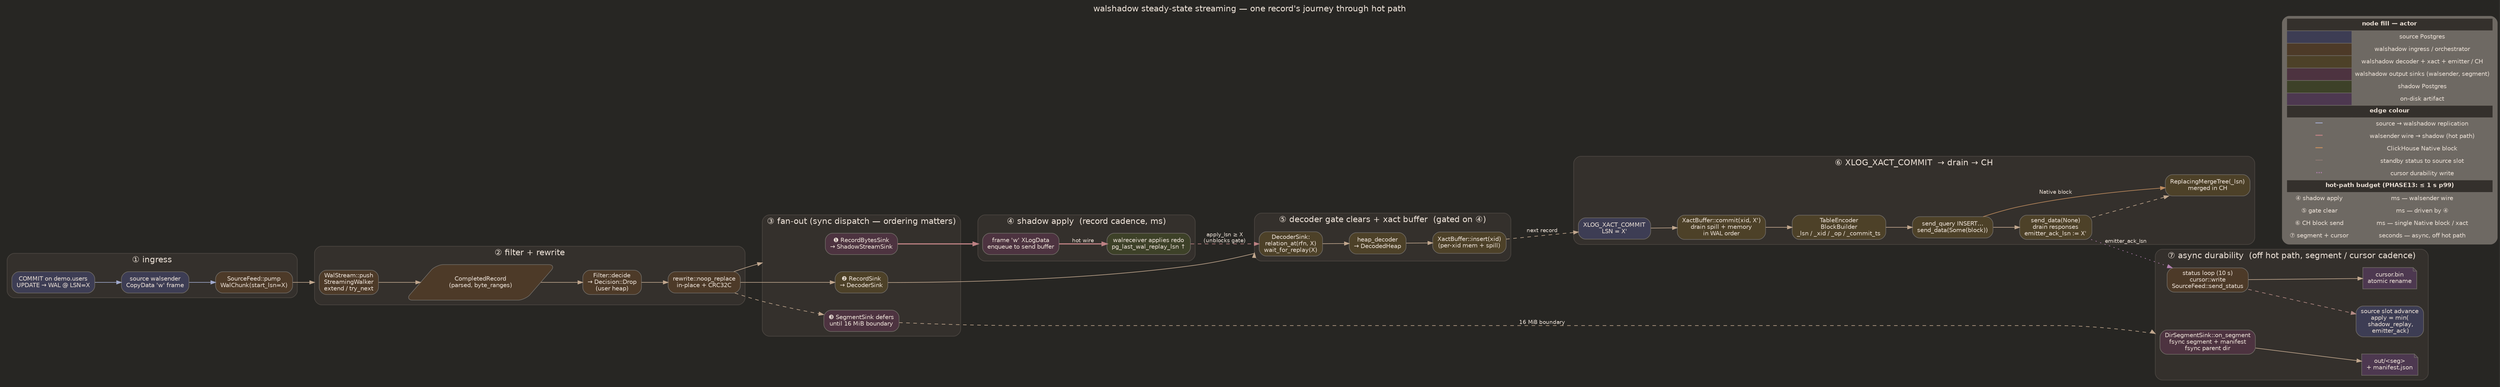
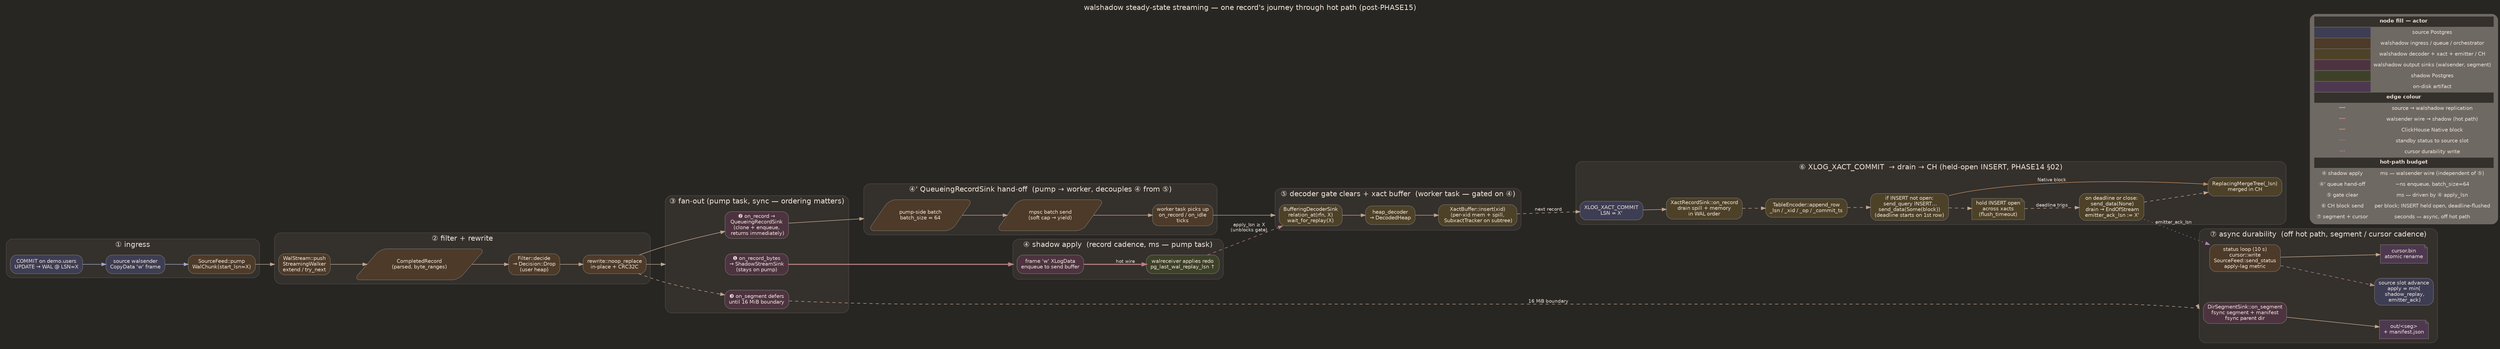
// walshadow — steady-state streaming: one record's journey
// rankdir=LR — pipeline reads left → right with parallel branches
digraph timeline_streaming {
  rankdir=LR;
  compound=true;
-   graph [fontname="Helvetica", labelloc="t", label="walshadow steady-state streaming — one record's journey through hot path", fontsize=14, splines=spline, nodesep=0.4, ranksep=0.6, bgcolor="#272623", fontcolor="#ECE1D7"];
+   graph [fontname="Helvetica", labelloc="t", label="walshadow steady-state streaming — one record's journey through hot path (post-PHASE15)", fontsize=14, splines=spline, nodesep=0.4, ranksep=0.6, bgcolor="#272623", fontcolor="#ECE1D7"];
  node  [fontname="Helvetica", fontsize=10, shape=box, style="rounded,filled", color="#6E6963", fontcolor="#ECE1D7"];
  edge  [fontname="Helvetica", fontsize=9, arrowsize=0.8, color="#c1a78e", fontcolor="#ECE1D7"];

  // ═════ ① ingress ═════
  subgraph cluster_p1 {
    label="① ingress";
    style="rounded,filled"; color="#4c4641"; fillcolor="#34302c"; fontcolor="#ECE1D7";

    commit [label="COMMIT on demo.users\nUPDATE → WAL @ LSN=X", fillcolor="#3D3D54"];
    wsend  [label="source walsender\nCopyData 'w' frame", fillcolor="#3D3D54"];
    feed   [label="SourceFeed::pump\nWalChunk(start_lsn=X)", fillcolor="#4D3A28"];
    commit -> wsend -> feed [color="#A1A9CC"];
  }

  // ═════ ② filter + rewrite ═════
  subgraph cluster_p2 {
    label="② filter + rewrite";
    style="rounded,filled"; color="#4c4641"; fillcolor="#34302c"; fontcolor="#ECE1D7";

    push   [label="WalStream::push\nStreamingWalker\nextend / try_next", fillcolor="#4D3A28"];
    rec    [label="CompletedRecord\n(parsed, byte_ranges)", fillcolor="#4D3A28", shape=parallelogram];
    decide [label="Filter::decide\n→ Decision::Drop\n(user heap)", fillcolor="#4D3A28"];
    rewr   [label="rewrite::noop_replace\nin-place + CRC32C", fillcolor="#4D3A28"];
    push -> rec -> decide -> rewr;
  }
  feed -> push [lhead=cluster_p2];

-   // ═════ ③ fan-out (record-cadence dispatch in order) ═════
+   // ═════ ③ fan-out (pump task — synchronous dispatch in order) ═════
  subgraph cluster_p3 {
-     label="③ fan-out (sync dispatch — ordering matters)";
+     label="③ fan-out (pump task, sync — ordering matters)";
    style="rounded,filled"; color="#4c4641"; fillcolor="#34302c"; fontcolor="#ECE1D7";

-     fbytes [label="❶ RecordBytesSink\n→ ShadowStreamSink", fillcolor="#4D3340"];
-     frec   [label="❷ RecordSink\n→ DecoderSink", fillcolor="#4D4128"];
-     fseg   [label="❸ SegmentSink defers\nuntil 16 MiB boundary", fillcolor="#4D3340"];
+     fbytes [label="❶ on_record_bytes\n→ ShadowStreamSink\n(stays on pump)", fillcolor="#4D3340"];
+     frec   [label="❷ on_record →\nQueueingRecordSink\n(clone + enqueue,\n returns immediately)", fillcolor="#4D3340"];
+     fseg   [label="❸ on_segment defers\nuntil 16 MiB boundary", fillcolor="#4D3340"];
  }
  rewr -> fbytes [lhead=cluster_p3];
  rewr -> frec;
  rewr -> fseg [style=dashed];

-   // ═════ ④ shadow apply (hot wire) ═════
+   // ═════ ④ shadow apply (hot wire — independent of decoder) ═════
  subgraph cluster_p4 {
-     label="④ shadow apply  (record cadence, ms)";
+     label="④ shadow apply  (record cadence, ms — pump task)";
    style="rounded,filled"; color="#4c4641"; fillcolor="#34302c"; fontcolor="#ECE1D7";

    frame4 [label="frame 'w' XLogData\nenqueue to send buffer", fillcolor="#4D3340"];
    recv4  [label="walreceiver applies redo\npg_last_wal_replay_lsn ↑", fillcolor="#3D4128"];
    frame4 -> recv4 [label="hot wire", color="#BD8183", penwidth=2];
  }
  fbytes -> frame4 [lhead=cluster_p4, color="#BD8183", penwidth=2];

-   // ═════ ⑤ decoder gate + buffer ═════
-   subgraph cluster_p5 {
-     label="⑤ decoder gate clears + xact buffer  (gated on ④)";
+   // ═════ ④' QueueingRecordSink hand-off ═════
+   subgraph cluster_pQ {
+     label="④' QueueingRecordSink hand-off  (pump → worker, decouples ④ from ⑤)";
    style="rounded,filled"; color="#4c4641"; fillcolor="#34302c"; fontcolor="#ECE1D7";

-     gate5 [label="DecoderSink:\nrelation_at(rfn, X)\nwait_for_replay(X)", fillcolor="#4D4128"];
+     qbuf [label="pump-side batch\nbatch_size = 64", fillcolor="#4D3A28", shape=parallelogram];
+     qchn [label="mpsc batch send\n(soft cap → yield)", fillcolor="#4D3A28", shape=parallelogram];
+     qwrk [label="worker task picks up\non_record / on_idle\nticks", fillcolor="#4D3A28"];
+     qbuf -> qchn -> qwrk;
+   }
+   frec -> qbuf [lhead=cluster_pQ];
+ 
+   // ═════ ⑤ decoder gate + xact buffer (worker task) ═════
+   subgraph cluster_p5 {
+     label="⑤ decoder gate clears + xact buffer  (worker task — gated on ④)";
+     style="rounded,filled"; color="#4c4641"; fillcolor="#34302c"; fontcolor="#ECE1D7";
+ 
+     gate5 [label="BufferingDecoderSink\nrelation_at(rfn, X)\nwait_for_replay(X)", fillcolor="#4D4128"];
    dec5  [label="heap_decoder\n→ DecodedHeap", fillcolor="#4D4128"];
-     buf5  [label="XactBuffer::insert(xid)\n(per-xid mem + spill)", fillcolor="#4D4128"];
+     buf5  [label="XactBuffer::insert(xid)\n(per-xid mem + spill,\n SubxactTracker on subtree)", fillcolor="#4D4128"];
    gate5 -> dec5 -> buf5;
  }
-   frec -> gate5 [lhead=cluster_p5];
+   qwrk -> gate5 [lhead=cluster_p5];
  recv4 -> gate5 [label="apply_lsn ≥ X\n(unblocks gate)", style=dashed, color="#BD8183"];

-   // ═════ ⑥ commit drain → CH ═════
+   // ═════ ⑥ commit drain → CH (held-open INSERT) ═════
  subgraph cluster_p6 {
-     label="⑥ XLOG_XACT_COMMIT  → drain → CH";
+     label="⑥ XLOG_XACT_COMMIT  → drain → CH (held-open INSERT, PHASE14 §02)";
    style="rounded,filled"; color="#4c4641"; fillcolor="#34302c"; fontcolor="#ECE1D7";

    cmt6   [label="XLOG_XACT_COMMIT\nLSN = X'", fillcolor="#3D3D54"];
-     drain6 [label="XactBuffer::commit(xid, X')\ndrain spill + memory\nin WAL order", fillcolor="#4D4128"];
-     enc6   [label="TableEncoder\nBlockBuilder\n_lsn / _xid / _op / _commit_ts", fillcolor="#4D4128"];
-     sndp6  [label="send_query INSERT…\nsend_data(Some(block))", fillcolor="#4D4128"];
-     sndn6  [label="send_data(None)\ndrain responses\nemitter_ack_lsn := X'", fillcolor="#4D4128"];
+     drain6 [label="XactRecordSink::on_record\ndrain spill + memory\nin WAL order", fillcolor="#4D4128"];
+     enc6   [label="TableEncoder::append_row\n_lsn / _xid / _op / _commit_ts", fillcolor="#4D4128"];
+     sndp6  [label="if INSERT not open:\n send_query INSERT…\nsend_data(Some(block))\n(deadline starts on 1st row)", fillcolor="#4D4128"];
+     hold6  [label="hold INSERT open\nacross xacts\n(flush_timeout)", fillcolor="#4D4128", shape=note];
+     sndn6  [label="on deadline or close:\n send_data(None)\n drain → EndOfStream\n emitter_ack_lsn := X'", fillcolor="#4D4128"];
    ch6    [label="ReplacingMergeTree(_lsn)\nmerged in CH", fillcolor="#4D4128"];

    cmt6 -> drain6;
-     drain6 -> enc6 -> sndp6 -> sndn6;
+     drain6 -> enc6 -> sndp6 -> hold6 [style=dashed];
+     hold6 -> sndn6 [style=dashed, label="deadline trips"];
    sndp6 -> ch6 [label="Native block", color="#BF8C5F"];
    sndn6 -> ch6 [style=dashed];
  }
-   buf6_anchor [shape=point, width=0, style=invis];  // anchor for cross-cluster from buf5
  buf5 -> cmt6 [label="next record", style=dashed];

  // ═════ ⑦ async durability (off hot path) ═════
  subgraph cluster_p7 {
    label="⑦ async durability  (off hot path, segment / cursor cadence)";
    style="rounded,filled"; color="#4c4641"; fillcolor="#34302c"; fontcolor="#ECE1D7";

    seg7  [label="DirSegmentSink::on_segment\nfsync segment + manifest\nfsync parent dir", fillcolor="#4D3340"];
    out7  [label="out/<seg>\n+ manifest.json", fillcolor="#4D3850", shape=note];
-     cur7  [label="status loop (10 s)\ncursor::write\nSourceFeed::send_status", fillcolor="#4D3A28"];
+     cur7  [label="status loop (10 s)\ncursor::write\nSourceFeed::send_status\napply-lag metric", fillcolor="#4D3A28"];
    curd7 [label="cursor.bin\natomic rename", fillcolor="#4D3850", shape=note];
    slot7 [label="source slot advance\napply = min(\n shadow_replay,\n emitter_ack)", fillcolor="#3D3D54"];

    seg7 -> out7;
    cur7 -> curd7;
    cur7 -> slot7 [color="#B58B86", style=dashed];
  }
  fseg -> seg7 [label="16 MiB boundary", style=dashed, lhead=cluster_p7];
  sndn6 -> cur7 [style=dotted, color="#b380b0", label="emitter_ack_lsn"];

  // ═════ Legend + budget table ═════
  legend [shape=plaintext, label=<
    <TABLE BORDER="0" CELLBORDER="1" CELLSPACING="0" CELLPADDING="4">
      <TR><TD COLSPAN="2" BGCOLOR="#34302c"><B>node fill — actor</B></TD></TR>
      <TR><TD BGCOLOR="#3D3D54" WIDTH="28"></TD><TD>source Postgres</TD></TR>
-       <TR><TD BGCOLOR="#4D3A28"></TD><TD>walshadow ingress / orchestrator</TD></TR>
+       <TR><TD BGCOLOR="#4D3A28"></TD><TD>walshadow ingress / queue / orchestrator</TD></TR>
      <TR><TD BGCOLOR="#4D4128"></TD><TD>walshadow decoder + xact + emitter / CH</TD></TR>
      <TR><TD BGCOLOR="#4D3340"></TD><TD>walshadow output sinks (walsender, segment)</TD></TR>
      <TR><TD BGCOLOR="#3D4128"></TD><TD>shadow Postgres</TD></TR>
      <TR><TD BGCOLOR="#4D3850"></TD><TD>on-disk artifact</TD></TR>
      <TR><TD COLSPAN="2" BGCOLOR="#34302c"><B>edge colour</B></TD></TR>
      <TR><TD><FONT COLOR="#A1A9CC"><B>━━</B></FONT></TD><TD>source → walshadow replication</TD></TR>
      <TR><TD><FONT COLOR="#BD8183"><B>━━</B></FONT></TD><TD>walsender wire → shadow (hot path)</TD></TR>
      <TR><TD><FONT COLOR="#BF8C5F"><B>━━</B></FONT></TD><TD>ClickHouse Native block</TD></TR>
      <TR><TD><FONT COLOR="#B58B86"><B>┄┄</B></FONT></TD><TD>standby status to source slot</TD></TR>
      <TR><TD><FONT COLOR="#b380b0"><B>···</B></FONT></TD><TD>cursor durability write</TD></TR>
-       <TR><TD COLSPAN="2" BGCOLOR="#34302c"><B>hot-path budget (PHASE13: ≤ 1 s p99)</B></TD></TR>
-       <TR><TD>④ shadow apply</TD><TD>ms — walsender wire</TD></TR>
-       <TR><TD>⑤ gate clear</TD><TD>ms — driven by ④</TD></TR>
-       <TR><TD>⑥ CH block send</TD><TD>ms — single Native block / xact</TD></TR>
+       <TR><TD COLSPAN="2" BGCOLOR="#34302c"><B>hot-path budget</B></TD></TR>
+       <TR><TD>④ shadow apply</TD><TD>ms — walsender wire (independent of ⑤)</TD></TR>
+       <TR><TD>④' queue hand-off</TD><TD>~ns enqueue, batch_size=64</TD></TR>
+       <TR><TD>⑤ gate clear</TD><TD>ms — driven by ④ apply_lsn</TD></TR>
+       <TR><TD>⑥ CH block send</TD><TD>per block; INSERT held open, deadline-flushed</TD></TR>
      <TR><TD>⑦ segment + cursor</TD><TD>seconds — async, off hot path</TD></TR>
    </TABLE>
  >];
  ch6 -> legend [style=invis];
}
